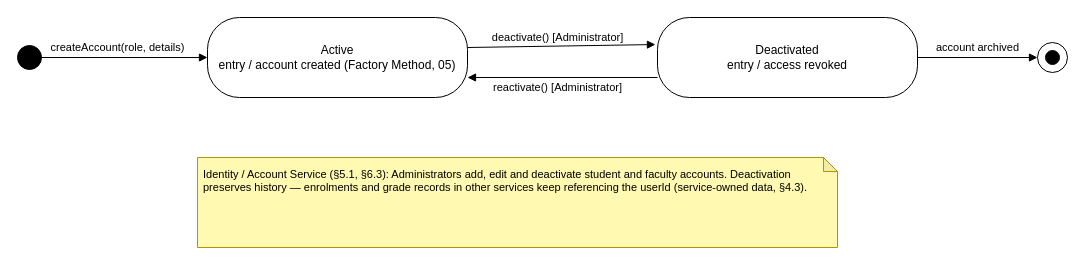
Above: Diagrams/State_diagrams/state-4-user-account.drawio in Tharusha-dev/soft_architect_redda (draw.io), before the change. Source tidied: cells renumbered, new cells numbered last; positions are measured from the earlier drawing's top-left corner, leaving out a move shared by most shapes. Both pictures are drawn from the tidied source at 100%, with x=0, y=0 at pixel (17, 17).
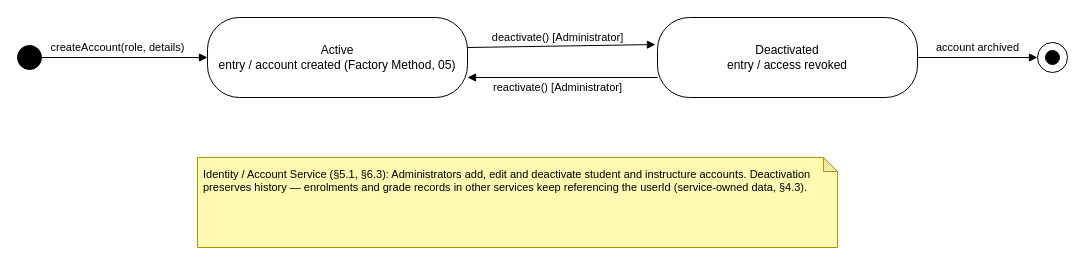
After the change.

Commit message (it also covers changes not shown here):
feat: changed faculty user to instructor

Change to the diagram source:
```diff
@@
 <mxGraphModel>
   <root>
     <mxCell id="0" />
     <mxCell id="1" parent="0" />
     <mxCell id="2" style="ellipse;html=1;fillColor=#000000;strokeColor=#000000;" parent="1" vertex="1">
       <mxGeometry y="28" width="24" height="24" as="geometry" />
     </mxCell>
     <mxCell id="3" value="Active&#10;entry / account created (Factory Method, 05)" style="rounded=1;whiteSpace=wrap;html=1;arcSize=40;verticalAlign=middle;" parent="1" vertex="1">
       <mxGeometry x="190" width="260" height="80" as="geometry" />
     </mxCell>
     <mxCell id="4" value="Deactivated&#10;entry / access revoked" style="rounded=1;whiteSpace=wrap;html=1;arcSize=40;verticalAlign=middle;" parent="1" vertex="1">
       <mxGeometry x="640" width="260" height="80" as="geometry" />
     </mxCell>
     <mxCell id="5" style="ellipse;html=1;fillColor=none;strokeColor=#000000;" parent="1" vertex="1">
       <mxGeometry x="1020" y="25" width="30" height="30" as="geometry" />
     </mxCell>
     <mxCell id="6" style="ellipse;html=1;fillColor=#000000;strokeColor=#000000;" parent="1" vertex="1">
       <mxGeometry x="1028" y="33" width="14" height="14" as="geometry" />
     </mxCell>
     <mxCell id="7" value="createAccount(role, details)" style="html=1;endArrow=block;endFill=1;rounded=0;fontSize=11;exitX=1;exitY=0.5;exitDx=0;exitDy=0;entryX=0;entryY=0.5;entryDx=0;entryDy=0;" parent="1" edge="1" source="2" target="3">
       <mxGeometry x="-0.08" y="10" relative="1" as="geometry" />
     </mxCell>
     <mxCell id="8" value="deactivate()  [Administrator]" style="html=1;endArrow=block;endFill=1;rounded=0;fontSize=11;entryX=-0.008;entryY=0.338;entryDx=0;entryDy=0;entryPerimeter=0;" parent="1" edge="1" target="4">
       <mxGeometry x="-0.04" y="9" relative="1" as="geometry">
         <mxPoint x="450" y="30" as="sourcePoint" />
       </mxGeometry>
     </mxCell>
     <mxCell id="9" value="reactivate()  [Administrator]" style="html=1;endArrow=block;endFill=1;rounded=0;fontSize=11;exitX=0;exitY=0.75;exitDx=0;exitDy=0;entryX=1;entryY=0.75;entryDx=0;entryDy=0;" parent="1" edge="1" source="4" target="3">
       <mxGeometry x="0.05" y="10" relative="1" as="geometry" />
     </mxCell>
     <mxCell id="10" value="account archived" style="html=1;endArrow=block;endFill=1;rounded=0;fontSize=11;entryX=0;entryY=0.5;entryDx=0;entryDy=0;exitX=1;exitY=0.5;exitDx=0;exitDy=0;" parent="1" edge="1" source="4" target="5">
       <mxGeometry y="10" relative="1" as="geometry" />
     </mxCell>
-    <mxCell id="11" value="Identity / Account Service (§5.1, §6.3): Administrators add, edit and deactivate student and faculty accounts. Deactivation preserves history — enrolments and grade records in other services keep referencing the userId (service-owned data, §4.3)." style="shape=note;whiteSpace=wrap;html=1;backgroundOutline=1;darkOpacity=0.05;fillColor=#FFF9B2;strokeColor=#B09500;size=14;align=left;verticalAlign=top;spacing=6;fontSize=11;" parent="1" vertex="1">
+    <mxCell id="11" value="Identity / Account Service (§5.1, §6.3): Administrators add, edit and deactivate student and instructure accounts. Deactivation preserves history — enrolments and grade records in other services keep referencing the userId (service-owned data, §4.3)." style="shape=note;whiteSpace=wrap;html=1;backgroundOutline=1;darkOpacity=0.05;fillColor=#FFF9B2;strokeColor=#B09500;size=14;align=left;verticalAlign=top;spacing=6;fontSize=11;" parent="1" vertex="1">
       <mxGeometry x="180" y="140" width="640" height="90" as="geometry" />
     </mxCell>
   </root>
 </mxGraphModel>
```
